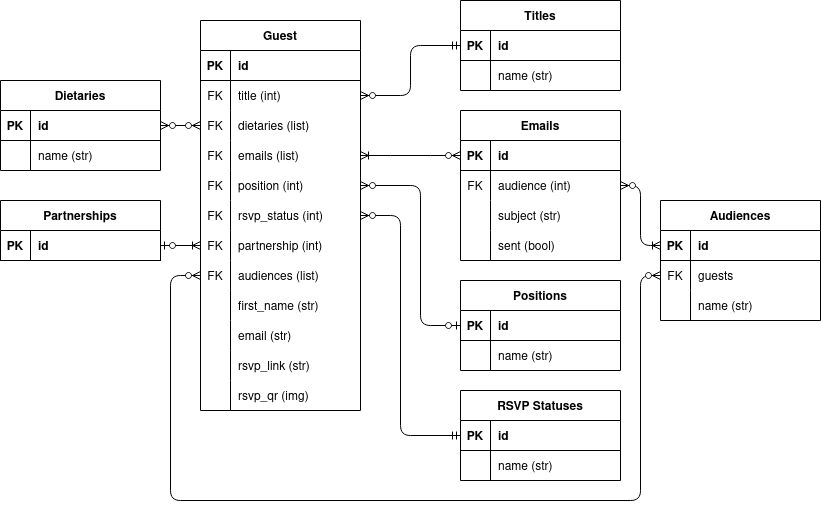
Earlier version of the draw.io export Mockups/ERD.png (willthong/weddingwrangler). Source tidied: cells renumbered, new cells last; positions are measured from the earlier drawing's top-left corner, leaving out a move shared by most shapes.
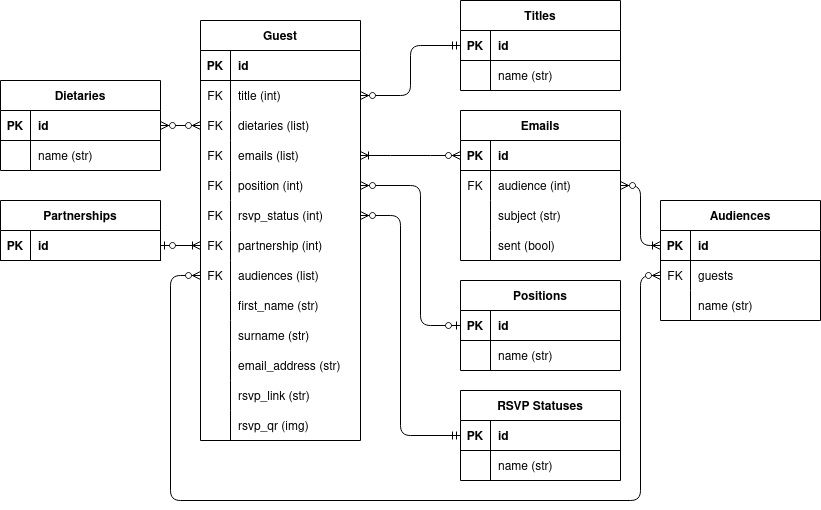
After the change.

Diff of the diagram source:
```diff
@@ -24,7 +24,7 @@
       <mxGeometry x="30" width="130" height="30" as="geometry" />
     </mxCell>
     <mxCell id="9" value="Guest" style="shape=table;startSize=30;rowLines=0;fontStyle=1;align=center;rounded=0;" parent="1" vertex="1">
-      <mxGeometry x="200" y="20" width="160" height="390" as="geometry" />
+      <mxGeometry x="200" y="20" width="160" height="420" as="geometry" />
     </mxCell>
     <mxCell id="10" style="shape=partialRectangle;fillColor=none;top=0;left=0;right=0;bottom=1;rounded=0;" parent="9" vertex="1">
       <mxGeometry y="30" width="160" height="30" as="geometry" />
@@ -107,17 +107,26 @@
     <mxCell id="36" value="first_name (str)" style="shape=partialRectangle;overflow=hidden;fillColor=none;top=0;left=0;bottom=0;right=0;align=left;spacingLeft=6;rounded=0;" parent="34" vertex="1">
       <mxGeometry x="30" width="130" height="30" as="geometry" />
     </mxCell>
+    <mxCell id="102" style="shape=partialRectangle;fillColor=none;top=0;left=0;right=0;bottom=0;rounded=0;" parent="9" vertex="1">
+      <mxGeometry y="300" width="160" height="30" as="geometry" />
+    </mxCell>
+    <mxCell id="103" style="shape=partialRectangle;overflow=hidden;fillColor=none;top=0;left=0;bottom=0;right=0;rounded=0;" parent="102" vertex="1">
+      <mxGeometry width="30" height="30" as="geometry" />
+    </mxCell>
+    <mxCell id="104" value="surname (str)" style="shape=partialRectangle;overflow=hidden;fillColor=none;top=0;left=0;bottom=0;right=0;align=left;spacingLeft=6;rounded=0;" parent="102" vertex="1">
+      <mxGeometry x="30" width="130" height="30" as="geometry" />
+    </mxCell>
     <mxCell id="37" style="shape=partialRectangle;fillColor=none;top=0;left=0;right=0;bottom=0;rounded=0;" parent="9" vertex="1">
-      <mxGeometry y="300" width="160" height="30" as="geometry" />
+      <mxGeometry y="330" width="160" height="30" as="geometry" />
     </mxCell>
     <mxCell id="38" style="shape=partialRectangle;overflow=hidden;fillColor=none;top=0;left=0;bottom=0;right=0;rounded=0;" parent="37" vertex="1">
       <mxGeometry width="30" height="30" as="geometry" />
     </mxCell>
-    <mxCell id="39" value="email (str)" style="shape=partialRectangle;overflow=hidden;fillColor=none;top=0;left=0;bottom=0;right=0;align=left;spacingLeft=6;rounded=0;" parent="37" vertex="1">
+    <mxCell id="39" value="email_address (str)" style="shape=partialRectangle;overflow=hidden;fillColor=none;top=0;left=0;bottom=0;right=0;align=left;spacingLeft=6;rounded=0;" parent="37" vertex="1">
       <mxGeometry x="30" width="130" height="30" as="geometry" />
     </mxCell>
     <mxCell id="40" style="shape=partialRectangle;fillColor=none;top=0;left=0;right=0;bottom=0;rounded=0;" parent="9" vertex="1">
-      <mxGeometry y="330" width="160" height="30" as="geometry" />
+      <mxGeometry y="360" width="160" height="30" as="geometry" />
     </mxCell>
     <mxCell id="41" style="shape=partialRectangle;overflow=hidden;fillColor=none;top=0;left=0;bottom=0;right=0;rounded=0;" parent="40" vertex="1">
       <mxGeometry width="30" height="30" as="geometry" />
@@ -126,7 +135,7 @@
       <mxGeometry x="30" width="130" height="30" as="geometry" />
     </mxCell>
     <mxCell id="43" style="shape=partialRectangle;fillColor=none;top=0;left=0;right=0;bottom=0;rounded=0;" parent="9" vertex="1">
-      <mxGeometry y="360" width="160" height="30" as="geometry" />
+      <mxGeometry y="390" width="160" height="30" as="geometry" />
     </mxCell>
     <mxCell id="44" style="shape=partialRectangle;overflow=hidden;fillColor=none;top=0;left=0;bottom=0;right=0;rounded=0;" parent="43" vertex="1">
       <mxGeometry width="30" height="30" as="geometry" />
```
